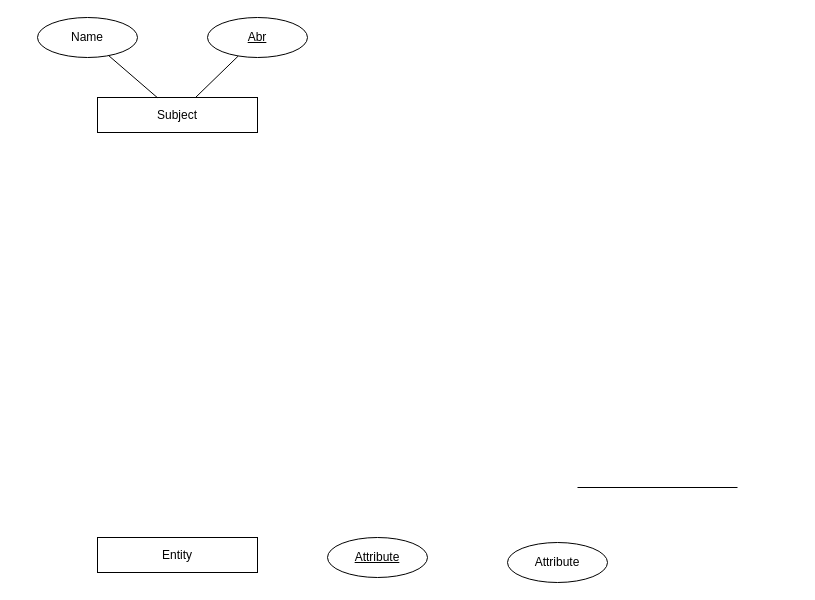
Above: er.drawio in elma1989/teach (draw.io), before the change. Source tidied: cells renumbered, new cells numbered last; positions are measured from the earlier drawing's top-left corner, leaving out a move shared by most shapes. Both pictures are drawn from the tidied source at 100%, with x=0, y=0 at pixel (37, 17).
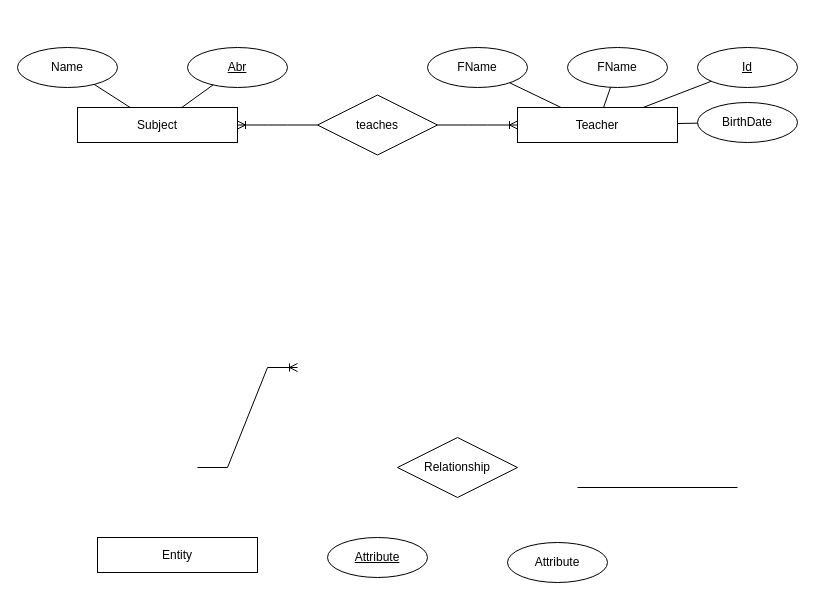
After the change.

The edit, as a diff of the source:
```diff
@@
     <mxCell id="3" value="Subject" style="whiteSpace=wrap;html=1;align=center;" parent="1" vertex="1">
-      <mxGeometry x="60" y="80" width="160" height="35" as="geometry" />
+      <mxGeometry x="40" y="90" width="160" height="35" as="geometry" />
     </mxCell>
@@
     <mxCell id="5" value="Abr" style="ellipse;whiteSpace=wrap;html=1;align=center;fontStyle=4;" parent="1" vertex="1">
-      <mxGeometry x="170" width="100" height="40" as="geometry" />
+      <mxGeometry x="150" y="30" width="100" height="40" as="geometry" />
     </mxCell>
@@
     <mxCell id="7" value="Name" style="ellipse;whiteSpace=wrap;html=1;align=center;" parent="1" vertex="1">
-      <mxGeometry width="100" height="40" as="geometry" />
+      <mxGeometry x="-20" y="30" width="100" height="40" as="geometry" />
     </mxCell>
@@
+    <mxCell id="11" value="Teacher" style="whiteSpace=wrap;html=1;align=center;" parent="1" vertex="1">
+      <mxGeometry x="480" y="90" width="160" height="35" as="geometry" />
+    </mxCell>
+    <mxCell id="12" value="Id" style="ellipse;whiteSpace=wrap;html=1;align=center;fontStyle=4;" parent="1" vertex="1">
+      <mxGeometry x="660" y="30" width="100" height="40" as="geometry" />
+    </mxCell>
+    <mxCell id="13" style="endArrow=none;html=1;rounded=0;" parent="1" edge="1" source="11" target="12">
+      <mxGeometry relative="1" as="geometry" />
+    </mxCell>
+    <mxCell id="14" value="FName" style="ellipse;whiteSpace=wrap;html=1;align=center;" parent="1" vertex="1">
+      <mxGeometry x="530" y="30" width="100" height="40" as="geometry" />
+    </mxCell>
+    <mxCell id="15" style="endArrow=none;html=1;rounded=0;" parent="1" edge="1" source="11" target="14">
+      <mxGeometry relative="1" as="geometry" />
+    </mxCell>
+    <mxCell id="16" value="FName" style="ellipse;whiteSpace=wrap;html=1;align=center;" parent="1" vertex="1">
+      <mxGeometry x="390" y="30" width="100" height="40" as="geometry" />
+    </mxCell>
+    <mxCell id="17" style="endArrow=none;html=1;rounded=0;" parent="1" edge="1" source="11" target="16">
+      <mxGeometry relative="1" as="geometry" />
+    </mxCell>
+    <mxCell id="18" value="BirthDate" style="ellipse;whiteSpace=wrap;html=1;align=center;" parent="1" vertex="1">
+      <mxGeometry x="660" y="85" width="100" height="40" as="geometry" />
+    </mxCell>
+    <mxCell id="19" style="endArrow=none;html=1;rounded=0;" parent="1" edge="1" source="11" target="18">
+      <mxGeometry relative="1" as="geometry" />
+    </mxCell>
+    <mxCell id="20" value="Relationship" style="shape=rhombus;perimeter=rhombusPerimeter;whiteSpace=wrap;html=1;align=center;" parent="1" vertex="1">
+      <mxGeometry x="360" y="420" width="120" height="60" as="geometry" />
+    </mxCell>
+    <mxCell id="21" value="teaches" style="shape=rhombus;perimeter=rhombusPerimeter;whiteSpace=wrap;html=1;align=center;" parent="1" vertex="1">
+      <mxGeometry x="280" y="77.5" width="120" height="60" as="geometry" />
+    </mxCell>
+    <mxCell id="22" style="edgeStyle=entityRelationEdgeStyle;fontSize=12;html=1;endArrow=ERoneToMany;rounded=0;" parent="1" edge="1">
+      <mxGeometry relative="1" as="geometry">
+        <mxPoint x="160" y="450" as="sourcePoint" />
+        <mxPoint x="260" y="350" as="targetPoint" />
+      </mxGeometry>
+    </mxCell>
+    <mxCell id="23" style="edgeStyle=entityRelationEdgeStyle;fontSize=12;html=1;endArrow=ERoneToMany;rounded=0;" parent="1" edge="1" source="21" target="3">
+      <mxGeometry relative="1" as="geometry" />
+    </mxCell>
+    <mxCell id="24" style="edgeStyle=entityRelationEdgeStyle;fontSize=12;html=1;endArrow=ERoneToMany;rounded=0;" parent="1" edge="1" source="21" target="11">
+      <mxGeometry relative="1" as="geometry" />
+    </mxCell>
```
